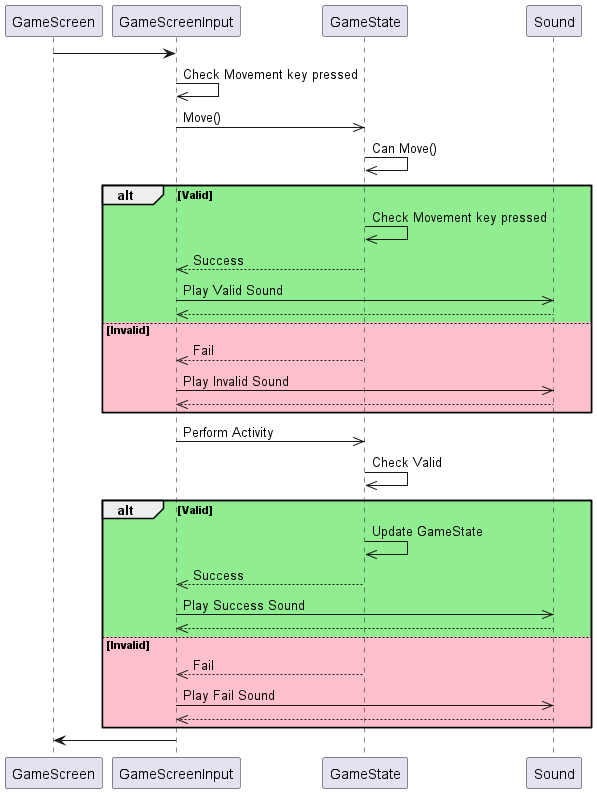
Above: game/architecture/SequenceDiagram2.png in ArchieAdams/Heslington-Hustle-9-to-5 (PlantUML), before the change. Its source is kept beside it as game/architecture/SequenceDiagram2.pu.
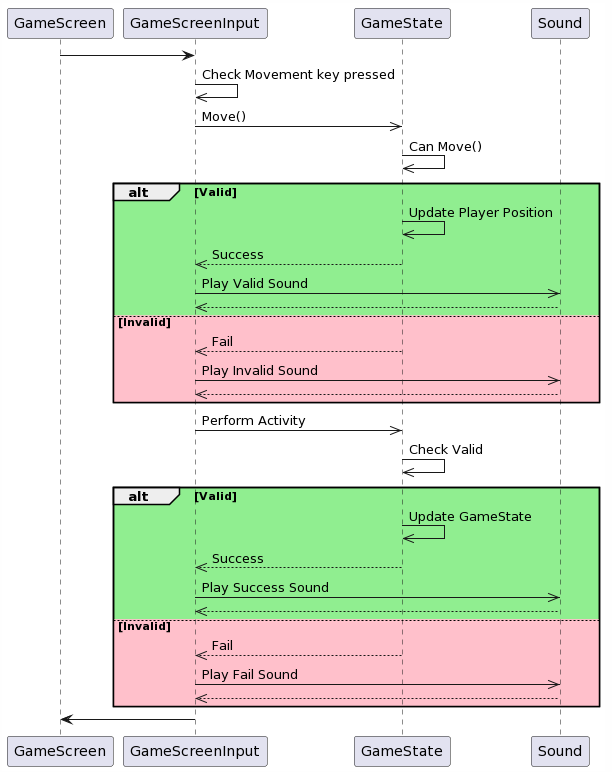
Above is the later version.

Commit message:
wrong label

changed incorrect label

The edit, as a diff of the source:
```diff
@@ -4,7 +4,7 @@
 GameScreenInput ->> GameState: Move()
 GameState ->> GameState: Can Move()
 alt #LightGreen Valid
-    GameState ->> GameState: Check Movement key pressed
+    GameState ->> GameState: Update Player Position
     GameState -->> GameScreenInput: Success
     GameScreenInput ->> Sound: Play Valid Sound
     Sound -->> GameScreenInput
@@ -26,5 +26,7 @@
     GameScreenInput ->> Sound: Play Fail Sound
     Sound -->> GameScreenInput
 end
+
 GameScreenInput -> GameScreen
+
 @enduml
```
